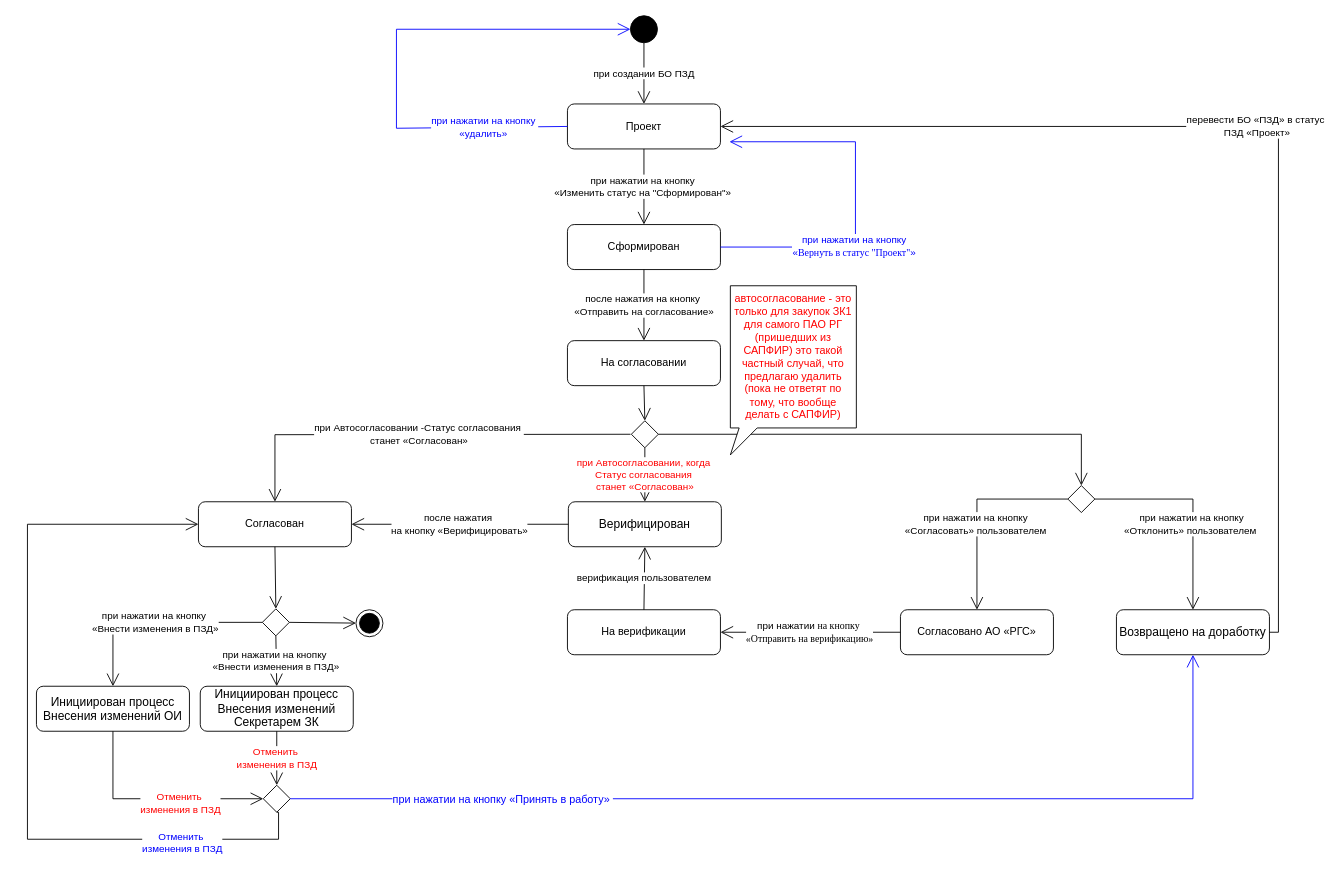
realrvs/drawio keeps this draw.io diagram as page "Статусы ПЗД" (7 of 8) of Предметная область SRM.drawio. Above is the earlier version. Source tidied: cells renumbered, new cells numbered last; positions are measured from the earlier drawing's top-left corner, leaving out a move shared by most shapes. Both pictures are drawn from the tidied source at 90%, with x=0, y=0 at pixel (27, 15).
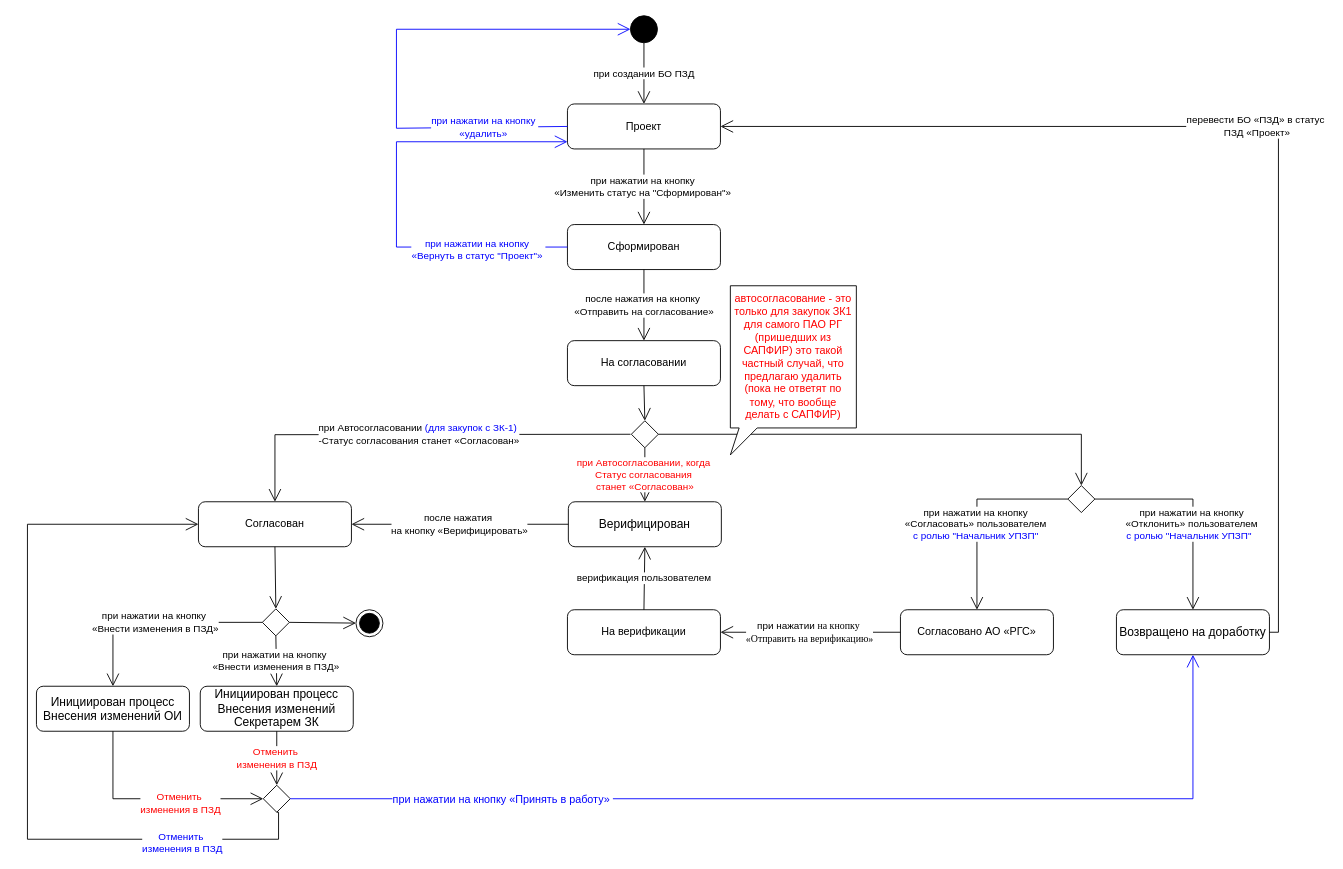
After the change.

Unchanged cells that the change refers to:
```xml
<mxCell id="2" value="Проект" style="html=1;whiteSpace=wrap;rounded=1;" parent="1" vertex="1">
  <mxGeometry x="600" y="98" width="170" height="50" as="geometry" />
</mxCell>
<mxCell id="3" value="Сформирован" style="html=1;whiteSpace=wrap;rounded=1;" parent="1" vertex="1">
  <mxGeometry x="600" y="232" width="170" height="50" as="geometry" />
</mxCell>
<mxCell id="5" value="Согласован" style="html=1;whiteSpace=wrap;rounded=1;" parent="1" vertex="1">
  <mxGeometry x="190" y="540" width="170" height="50" as="geometry" />
</mxCell>
<mxCell id="6" value="Согласовано АО «РГС»" style="html=1;whiteSpace=wrap;rounded=1;" parent="1" vertex="1">
  <mxGeometry x="970" y="660" width="170" height="50" as="geometry" />
</mxCell>
<mxCell id="9" value="&lt;span style=&quot;font-size:10.0pt;line-height:115%;&lt;br/&gt;font-family:&amp;quot;Times New Roman&amp;quot;,serif;mso-fareast-font-family:Calibri;mso-fareast-theme-font:&lt;br/&gt;minor-latin;mso-ansi-language:RU;mso-fareast-language:EN-US;mso-bidi-language:&lt;br/&gt;AR-SA&quot;&gt;Возвращено на доработку&lt;/span&gt;" style="html=1;whiteSpace=wrap;rounded=1;" parent="1" vertex="1">
  <mxGeometry x="1210" y="660" width="170" height="50" as="geometry" />
</mxCell>
<mxCell id="23" style="rhombus;" parent="1" vertex="1">
  <mxGeometry x="1156" y="522" width="30" height="30" as="geometry" />
</mxCell>
```

Diff of the diagram source:
```diff
@@
-    <mxCell id="18" value="при Автосогласовании -Статус согласования&amp;nbsp;&lt;div&gt;станет «Согласован»&lt;/div&gt;" style="endArrow=open;endSize=12;html=1;rounded=0;entryX=0.5;entryY=0;entryDx=0;entryDy=0;edgeStyle=orthogonalEdgeStyle;" parent="1" edge="1" target="5">
+    <mxCell id="18" value="при Автосогласовании &lt;font style=&quot;color: light-dark(rgb(0, 0, 255), rgb(0, 0, 255));&quot;&gt;(для закупок с ЗК-1)&amp;nbsp;&lt;/font&gt;&lt;div&gt;-Статус согласования&amp;nbsp;&lt;span style=&quot;background-color: light-dark(#ffffff, var(--ge-dark-color, #121212)); color: light-dark(rgb(0, 0, 0), rgb(255, 255, 255));&quot;&gt;станет «Согласован»&lt;/span&gt;&lt;/div&gt;" style="endArrow=open;endSize=12;html=1;rounded=0;entryX=0.5;entryY=0;entryDx=0;entryDy=0;edgeStyle=orthogonalEdgeStyle;" parent="1" edge="1" target="5">
       <mxGeometry relative="1" as="geometry">
         <mxPoint x="670" y="465" as="sourcePoint" />
       </mxGeometry>
     </mxCell>
-    <mxCell id="19" value="&lt;span style=&quot;line-height: 115%;&quot;&gt;&lt;font&gt;при нажатии на кнопку&amp;nbsp;&lt;/font&gt;&lt;/span&gt;&lt;div&gt;&lt;span style=&quot;line-height: 115%;&quot;&gt;&lt;font&gt;«Согласовать»&amp;nbsp;&lt;/font&gt;&lt;/span&gt;&lt;span style=&quot;background-color: light-dark(#ffffff, var(--ge-dark-color, #121212)); color: light-dark(rgb(0, 0, 0), rgb(255, 255, 255));&quot;&gt;пользователем&amp;nbsp;&lt;/span&gt;&lt;/div&gt;" style="endArrow=open;endSize=12;html=1;rounded=0;entryX=0.5;entryY=0;entryDx=0;entryDy=0;exitX=0;exitY=0.5;exitDx=0;exitDy=0;edgeStyle=orthogonalEdgeStyle;" parent="1" edge="1" source="23" target="6">
+    <mxCell id="19" value="&lt;span style=&quot;line-height: 115%;&quot;&gt;&lt;font&gt;при нажатии на кнопку&amp;nbsp;&lt;/font&gt;&lt;/span&gt;&lt;div&gt;&lt;span style=&quot;line-height: 115%;&quot;&gt;&lt;font&gt;«Согласовать»&amp;nbsp;&lt;/font&gt;&lt;/span&gt;&lt;span style=&quot;background-color: light-dark(#ffffff, var(--ge-dark-color, #121212)); color: light-dark(rgb(0, 0, 0), rgb(255, 255, 255));&quot;&gt;пользователем&amp;nbsp;&lt;/span&gt;&lt;/div&gt;&lt;div&gt;&lt;font style=&quot;color: light-dark(rgb(0, 0, 255), rgb(0, 0, 255));&quot;&gt;&lt;span style=&quot;background-color: light-dark(#ffffff, var(--ge-dark-color, #121212));&quot;&gt;с ролью &quot;Начальник УПЗП&quot;&lt;/span&gt;&lt;span style=&quot;background-color: light-dark(#ffffff, var(--ge-dark-color, #121212));&quot;&gt;&amp;nbsp;&lt;/span&gt;&lt;/font&gt;&lt;/div&gt;" style="endArrow=open;endSize=12;html=1;rounded=0;entryX=0.5;entryY=0;entryDx=0;entryDy=0;exitX=0;exitY=0.5;exitDx=0;exitDy=0;edgeStyle=orthogonalEdgeStyle;" parent="1" edge="1" source="23" target="6">
       <mxGeometry x="0.15" relative="1" as="geometry" />
     </mxCell>
@@
-    <mxCell id="25" value="&lt;span style=&quot;line-height: 115%;&quot;&gt;&lt;font&gt;при нажатии на кнопку&amp;nbsp;&lt;/font&gt;&lt;/span&gt;&lt;div&gt;&lt;span style=&quot;line-height: 115%;&quot;&gt;&lt;font&gt;«&lt;span style=&quot;line-height: 115%;&quot;&gt;Отклонить&lt;/span&gt;»&amp;nbsp;&lt;/font&gt;&lt;/span&gt;&lt;span style=&quot;background-color: light-dark(#ffffff, var(--ge-dark-color, #121212)); color: light-dark(rgb(0, 0, 0), rgb(255, 255, 255));&quot;&gt;пользователем&amp;nbsp;&amp;nbsp;&lt;/span&gt;&lt;/div&gt;" style="endArrow=open;endSize=12;html=1;rounded=0;exitX=1;exitY=0.5;exitDx=0;exitDy=0;edgeStyle=orthogonalEdgeStyle;entryX=0.5;entryY=0;entryDx=0;entryDy=0;" parent="1" edge="1" source="23" target="9">
+    <mxCell id="25" value="&lt;span style=&quot;line-height: 115%;&quot;&gt;&lt;font&gt;при нажатии на кнопку&amp;nbsp;&lt;/font&gt;&lt;/span&gt;&lt;div&gt;&lt;span style=&quot;line-height: 115%;&quot;&gt;&lt;font&gt;«&lt;span style=&quot;line-height: 115%;&quot;&gt;Отклонить&lt;/span&gt;»&amp;nbsp;&lt;/font&gt;&lt;/span&gt;&lt;span style=&quot;background-color: light-dark(#ffffff, var(--ge-dark-color, #121212)); color: light-dark(rgb(0, 0, 0), rgb(255, 255, 255));&quot;&gt;пользователем&amp;nbsp;&lt;/span&gt;&lt;/div&gt;&lt;div&gt;&lt;span style=&quot;color: rgb(0, 0, 255);&quot;&gt;с ролью &quot;Начальник УПЗП&quot;&lt;/span&gt;&lt;span style=&quot;color: rgb(0, 0, 255);&quot;&gt;&amp;nbsp;&lt;/span&gt;&lt;span style=&quot;background-color: light-dark(#ffffff, var(--ge-dark-color, #121212)); color: light-dark(rgb(0, 0, 0), rgb(255, 255, 255));&quot;&gt;&amp;nbsp;&amp;nbsp;&lt;/span&gt;&lt;/div&gt;" style="endArrow=open;endSize=12;html=1;rounded=0;exitX=1;exitY=0.5;exitDx=0;exitDy=0;edgeStyle=orthogonalEdgeStyle;entryX=0.5;entryY=0;entryDx=0;entryDy=0;" parent="1" edge="1" source="23" target="9">
       <mxGeometry x="0.18" relative="1" as="geometry" />
     </mxCell>
@@
-    <mxCell id="43" value="при нажатии на кнопку&amp;nbsp;&lt;div&gt;«&lt;span style=&quot;line-height: 115%; font-family: &amp;quot;Times New Roman&amp;quot;, serif;&quot;&gt;&lt;font&gt;Вернуть в статус &quot;Проект&quot;&lt;/font&gt;&lt;/span&gt;»&amp;nbsp;&lt;/div&gt;" style="endArrow=open;endSize=12;html=1;rounded=0;strokeColor=#0000FF;fontColor=#0000FF;exitX=1;exitY=0.5;exitDx=0;exitDy=0;" parent="1" edge="1" source="3">
-      <mxGeometry x="-0.26" relative="1" as="geometry">
-        <mxPoint x="780" y="140" as="targetPoint" />
+    <mxCell id="43" value="&lt;font&gt;при н&lt;font style=&quot;&quot; face=&quot;Helvetica&quot;&gt;ажатии на кнопку&amp;nbsp;&lt;/font&gt;&lt;/font&gt;&lt;div&gt;&lt;font&gt;&lt;font style=&quot;&quot; face=&quot;Helvetica&quot;&gt;«&lt;span style=&quot;line-height: 115%;&quot;&gt;&lt;font&gt;Вернуть в статус &quot;Проект&quot;&lt;/font&gt;&lt;/span&gt;»&lt;/font&gt;&amp;nbsp;&lt;/font&gt;&lt;/div&gt;" style="endArrow=open;endSize=12;html=1;rounded=0;strokeColor=#0000FF;fontColor=#0000FF;exitX=0;exitY=0.5;exitDx=0;exitDy=0;entryX=0;entryY=0.84;entryDx=0;entryDy=0;entryPerimeter=0;" parent="1" edge="1" source="3" target="2">
+      <mxGeometry x="-0.6" y="3" relative="1" as="geometry">
         <Array as="points">
-          <mxPoint x="920" y="257" />
-          <mxPoint x="920" y="140" />
+          <mxPoint x="410" y="257" />
+          <mxPoint x="410" y="140" />
         </Array>
       </mxGeometry>
     </mxCell>
```
